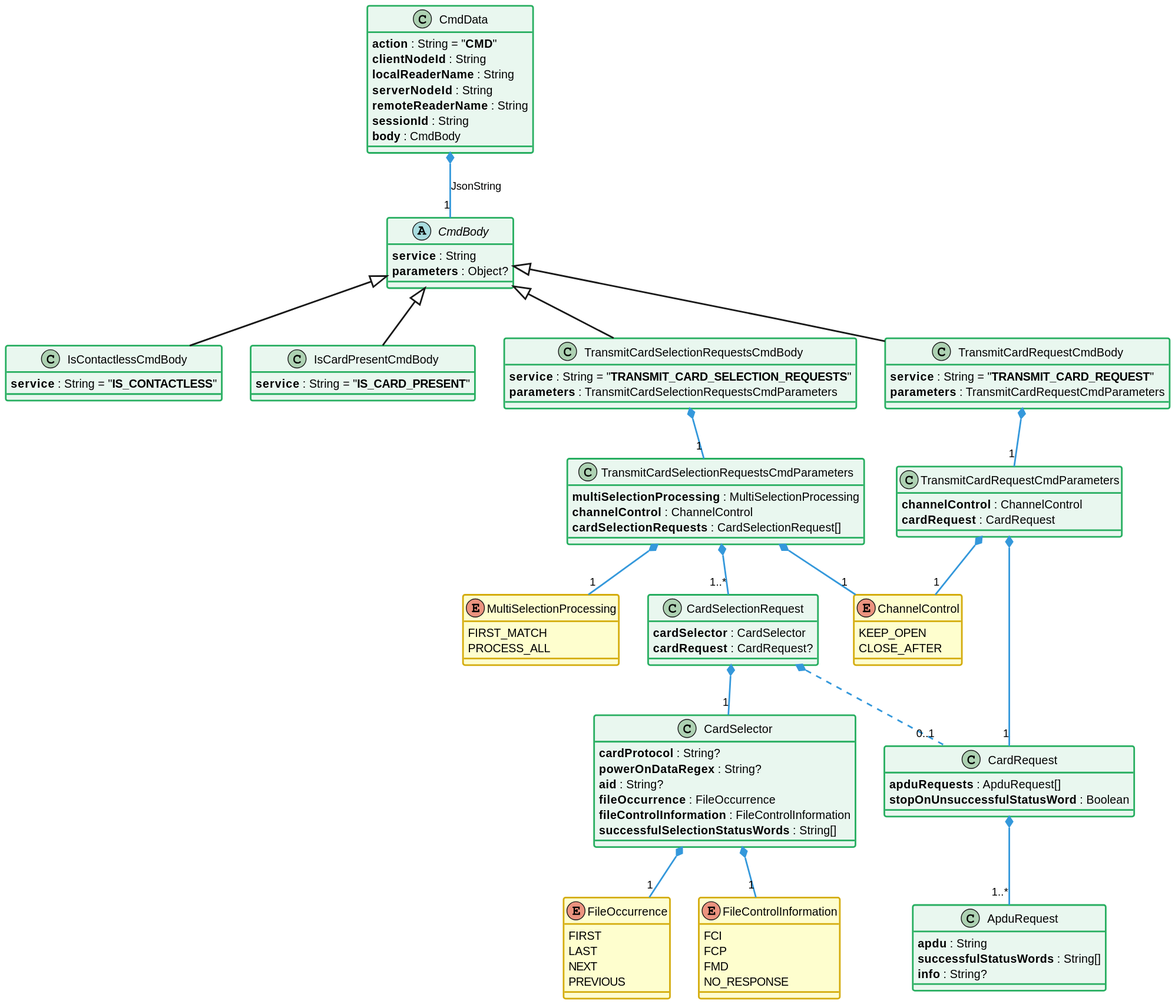
Before: static/media/learn/user-guide/distributed-json-api-1-0/distributedJsonApi_classDiagram_cmd.svg, a diagram exported from PlantUML (eclipse-keyple/keyple-website). Its diagram source:
```plantuml
@startuml


!define C_GREY1 F8F9F9
!define C_GREY2 F2F3F4
!define C_GREY3 E5E7E9
!define C_GREY4 D7DBDD
!define C_GREY5 CACFD2
!define C_GREY6 BDC3C7
!define C_LINK 3498DB
!define C_USE 27AE60

skinparam stereotypeABorderColor #A9DCDF
skinparam stereotypeIBorderColor #B4A7E5
skinparam stereotypeCBorderColor #ADD1B2
skinparam stereotypeEBorderColor #EB93DF

skinparam ClassBorderThickness 2
skinparam ArrowThickness 2

skinparam ClassBackgroundColor #FEFECE
skinparam ClassBorderColor #D4AC0D
skinparam ClassBackgroundColor<<red>> #FDEDEC
skinparam ClassBorderColor<<red>> #E74C3C
hide <<red>> stereotype
skinparam ClassBackgroundColor<<purple>> #F4ECF7
skinparam ClassBorderColor<<purple>> #8E44AD
hide <<purple>> stereotype
skinparam ClassBackgroundColor<<blue>> #EBF5FB
skinparam ClassBorderColor<<blue>> #3498DB
hide <<blue>> stereotype
skinparam ClassBackgroundColor<<green>> #E9F7EF
skinparam ClassBorderColor<<green>> #27AE60
hide <<green>> stereotype
skinparam ClassBackgroundColor<<grey>> #EAECEE
skinparam ClassBorderColor<<grey>> #2C3E50
hide <<grey>> stereotype


class CmdData {
    **action** : String = "**CMD**"
    **clientNodeId** : String
    **localReaderName** : String
    **serverNodeId** : String
    **remoteReaderName** : String
    **sessionId** : String
    **body** : CmdBody
}
abstract class CmdBody {
    **service** : String
    **parameters** : Object?
}

class IsContactlessCmdBody extends CmdBody {
    **service** : String = "**IS_CONTACTLESS**"
}

class IsCardPresentCmdBody extends CmdBody {
    **service** : String = "**IS_CARD_PRESENT**"
}

class TransmitCardSelectionRequestsCmdBody extends CmdBody {
    **service** : String = "**TRANSMIT_CARD_SELECTION_REQUESTS**"
    **parameters** : TransmitCardSelectionRequestsCmdParameters
}
class TransmitCardSelectionRequestsCmdParameters {
    **multiSelectionProcessing** : MultiSelectionProcessing
    **channelControl** : ChannelControl
    **cardSelectionRequests** : CardSelectionRequest[]
}
enum MultiSelectionProcessing {
    FIRST_MATCH
    PROCESS_ALL
}
class CardSelectionRequest {
    **cardSelector** : CardSelector
    **cardRequest** : CardRequest?
}
class CardSelector {
    **cardProtocol** : String?
    **powerOnDataRegex** : String?
    **aid** : String?
    **fileOccurrence** : FileOccurrence
    **fileControlInformation** : FileControlInformation
    **successfulSelectionStatusWords** : String[]
}
enum FileOccurrence {
    FIRST
    LAST
    NEXT
    PREVIOUS
}
enum FileControlInformation {
    FCI
    FCP
    FMD
    NO_RESPONSE
}
class CardRequest {
    **apduRequests** : ApduRequest[]
    **stopOnUnsuccessfulStatusWord** : Boolean
}
class ApduRequest {
    **apdu** : String
    **successfulStatusWords** : String[]
    **info** : String?
}
enum ChannelControl {
    KEEP_OPEN
    CLOSE_AFTER
}

class TransmitCardRequestCmdBody extends CmdBody {
    **service** : String = "**TRANSMIT_CARD_REQUEST**"
    **parameters** : TransmitCardRequestCmdParameters
}
class TransmitCardRequestCmdParameters {
    **channelControl** : ChannelControl
    **cardRequest** : CardRequest
}


CmdData *-- "1" CmdBody #C_LINK : JsonString

TransmitCardSelectionRequestsCmdBody *-- "1" TransmitCardSelectionRequestsCmdParameters #C_LINK

TransmitCardSelectionRequestsCmdParameters *-- "1..*" CardSelectionRequest #C_LINK
TransmitCardSelectionRequestsCmdParameters *-- "1" MultiSelectionProcessing #C_LINK
TransmitCardSelectionRequestsCmdParameters *-- "1" ChannelControl #C_LINK

CardSelectionRequest *-- "1" CardSelector #C_LINK
CardSelectionRequest *.. "0..1" CardRequest #C_LINK

CardSelector *-- "1" FileOccurrence #C_LINK
CardSelector *-- "1" FileControlInformation #C_LINK

CardRequest *-- "1..*" ApduRequest #C_LINK

TransmitCardRequestCmdBody *-- "1" TransmitCardRequestCmdParameters #C_LINK

TransmitCardRequestCmdParameters *-- "1" ChannelControl #C_LINK
TransmitCardRequestCmdParameters *-- "1" CardRequest #C_LINK



class CmdData <<green>>
abstract class CmdBody <<green>>

class TransmitCardSelectionRequestsCmdBody <<green>>
class TransmitCardSelectionRequestsCmdParameters <<green>>
class CardSelectionRequest <<green>>
class CardSelector <<green>>
class CardRequest <<green>>
class ApduRequest <<green>>

class TransmitCardRequestCmdBody <<green>>
class TransmitCardRequestCmdParameters <<green>>

class IsCardPresentCmdBody <<green>>

class IsContactlessCmdBody <<green>>
@enduml
```
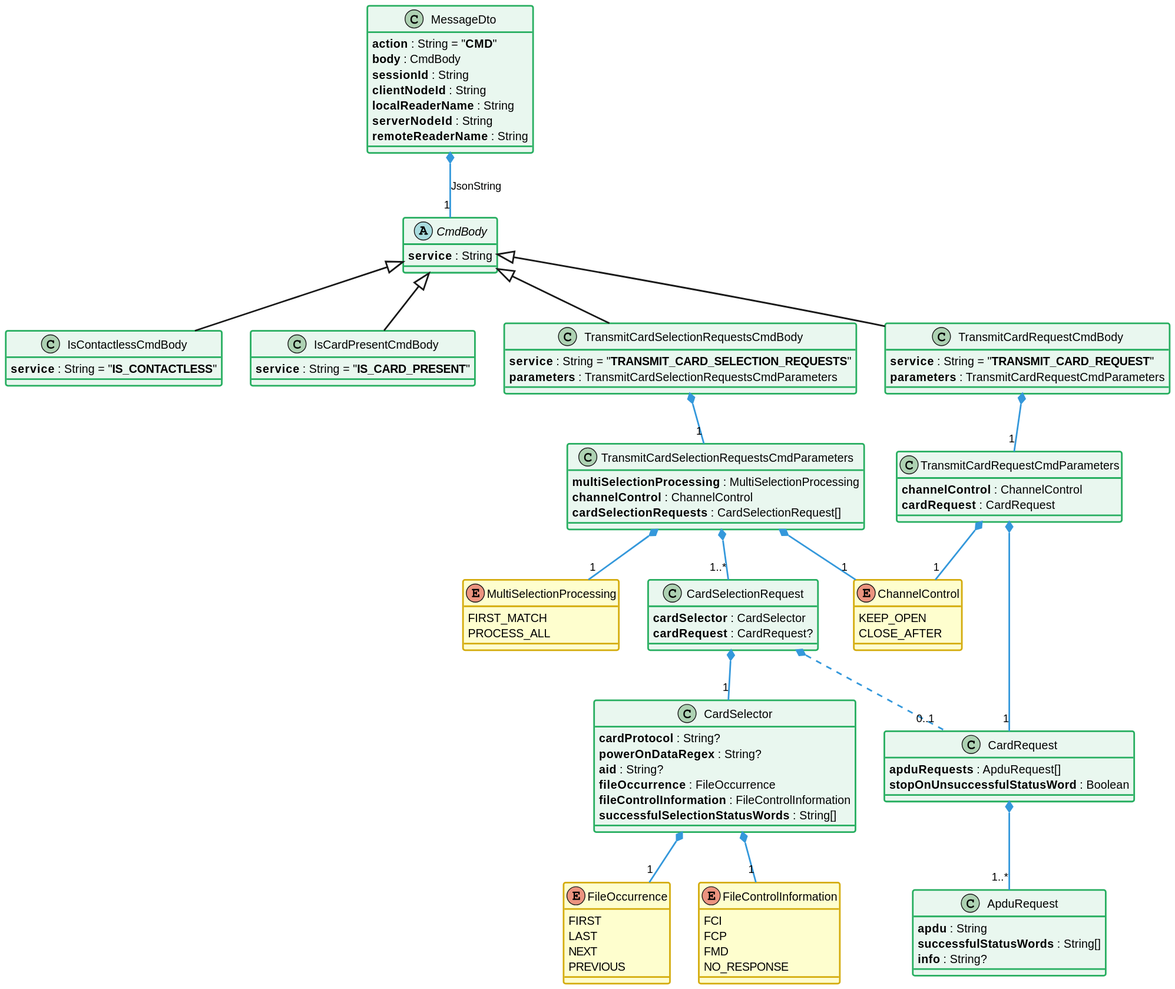
The same diagram one commit later.

Diff of the diagram source:
```diff
@@ -37,18 +37,17 @@
 hide <<grey>> stereotype
 
 
-class CmdData {
+class MessageDto {
     **action** : String = "**CMD**"
+    **body** : CmdBody
+    **sessionId** : String
     **clientNodeId** : String
     **localReaderName** : String
     **serverNodeId** : String
     **remoteReaderName** : String
-    **sessionId** : String
-    **body** : CmdBody
 }
 abstract class CmdBody {
     **service** : String
-    **parameters** : Object?
 }
 
 class IsContactlessCmdBody extends CmdBody {
@@ -120,7 +119,7 @@
 }
 
 
-CmdData *-- "1" CmdBody #C_LINK : JsonString
+MessageDto *-- "1" CmdBody #C_LINK : JsonString
 
 TransmitCardSelectionRequestsCmdBody *-- "1" TransmitCardSelectionRequestsCmdParameters #C_LINK
 
@@ -143,7 +142,7 @@
 
 
 
-class CmdData <<green>>
+class MessageDto <<green>>
 abstract class CmdBody <<green>>
 
 class TransmitCardSelectionRequestsCmdBody <<green>>
```
